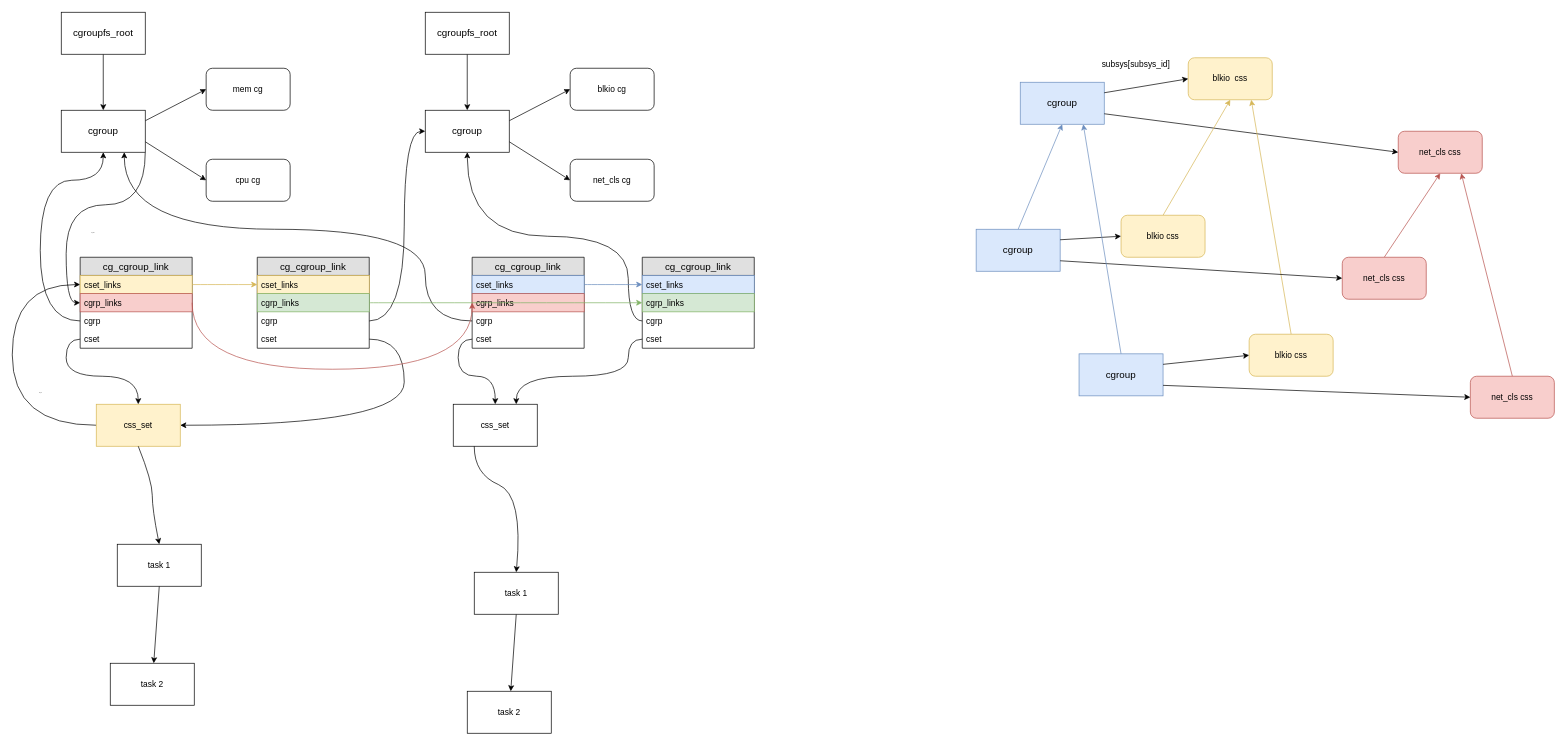
This is page "Page-2" (2 of 3) of cgroup.drawio from chenlei0x/drawio, a draw.io file, before an edit. Source tidied: cells renumbered, new cells numbered last; positions are measured from the earlier drawing's top-left corner, leaving out a move shared by most shapes. Both pictures are drawn from the tidied source at 70%, with x=0, y=0 at pixel (12, 12).
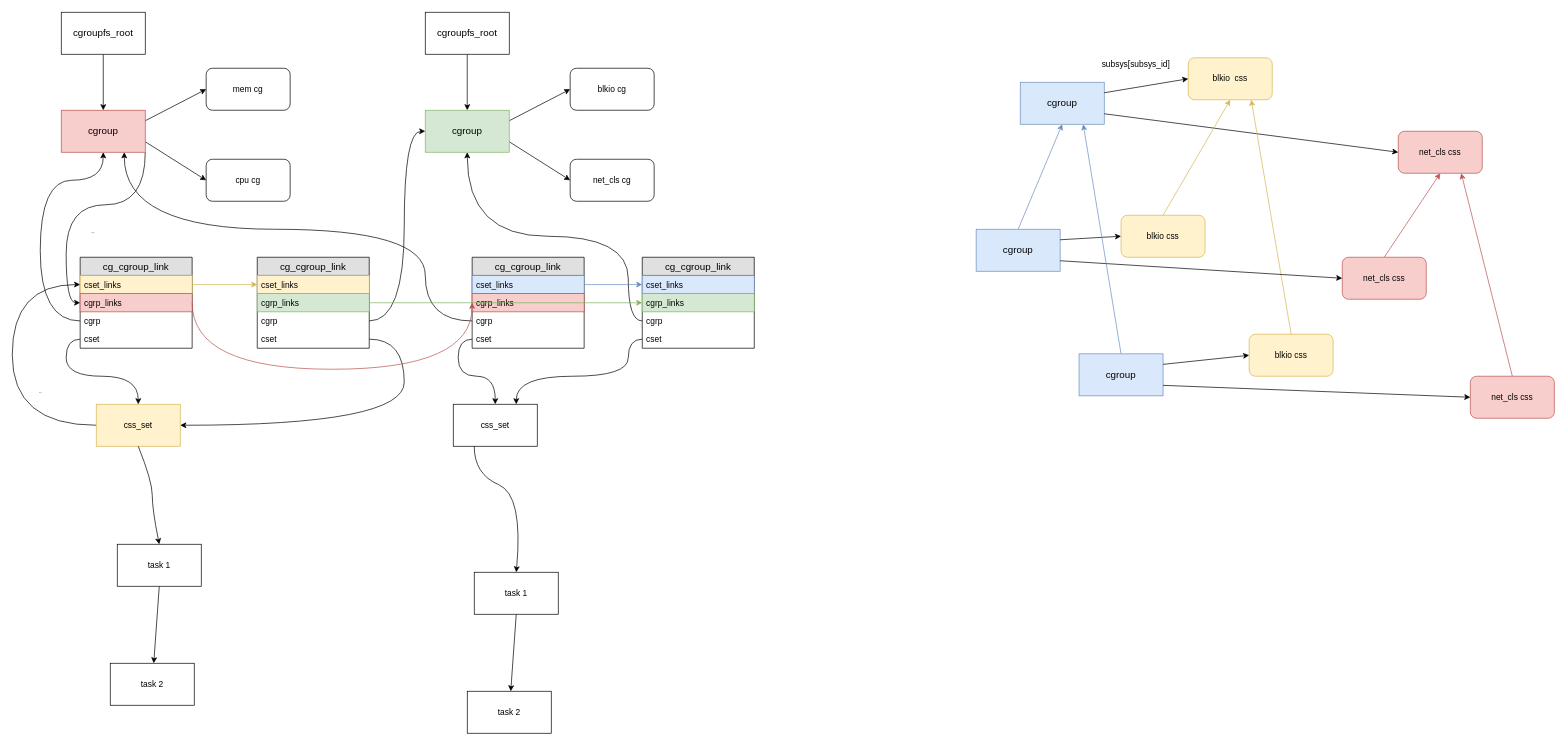
The same diagram, later.

The edit, as a diff of the source:
```diff
@@
-    <mxCell id="7" value="&lt;span style=&quot;font-size: 14px&quot;&gt;cgroup&lt;/span&gt;" style="rounded=0;whiteSpace=wrap;html=1;" parent="1" vertex="1">
+    <mxCell id="7" value="&lt;span style=&quot;font-size: 14px&quot;&gt;cgroup&lt;/span&gt;" style="rounded=0;whiteSpace=wrap;html=1;fillColor=#f8cecc;strokeColor=#b85450;" parent="1" vertex="1">
       <mxGeometry x="70" y="140" width="120" height="60" as="geometry" />
     </mxCell>
@@
-    <mxCell id="14" value="&lt;span style=&quot;font-size: 14px&quot;&gt;cgroup&lt;/span&gt;" style="rounded=0;whiteSpace=wrap;html=1;" parent="1" vertex="1">
+    <mxCell id="14" value="&lt;span style=&quot;font-size: 14px&quot;&gt;cgroup&lt;/span&gt;" style="rounded=0;whiteSpace=wrap;html=1;fillColor=#d5e8d4;strokeColor=#82b366;" parent="1" vertex="1">
       <mxGeometry x="590" y="140" width="120" height="60" as="geometry" />
     </mxCell>
```
